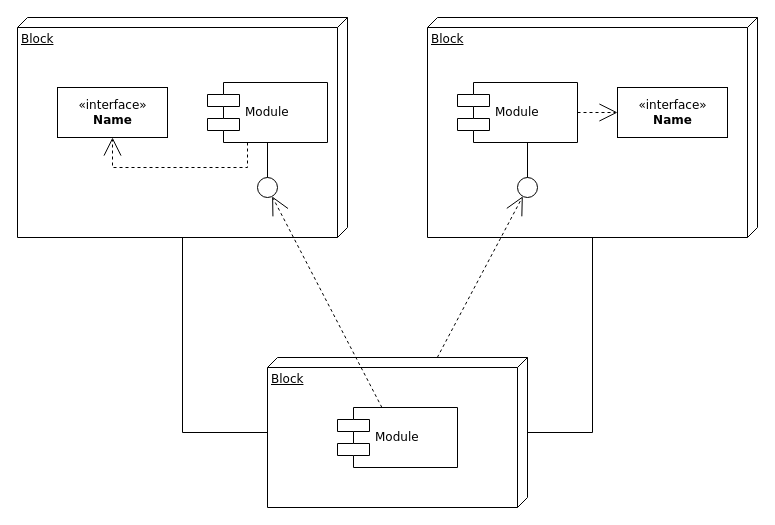
The draw.io diagram EmulatorSample.drawio in hjee02018/UML, before the edit. Source tidied: cells renumbered, new cells numbered last; positions are measured from the earlier drawing's top-left corner, leaving out a move shared by most shapes. Both pictures are drawn from the tidied source at 100%, with x=0, y=0 at pixel (17, 17).
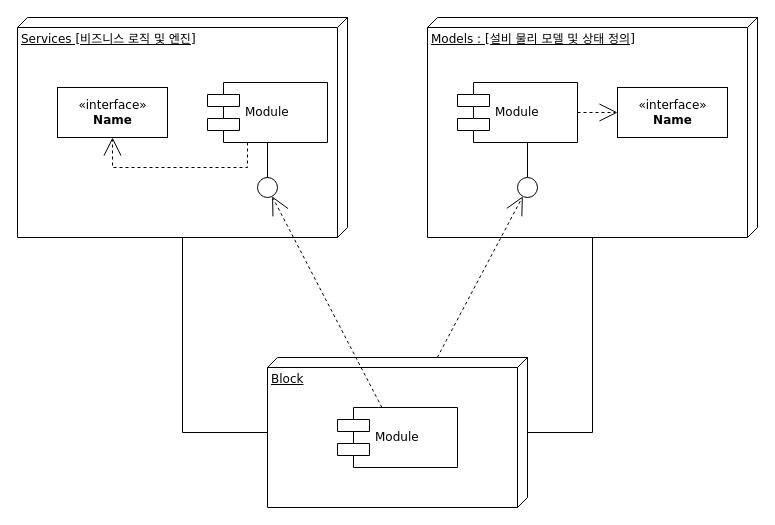
Above is the later version.

Change to the diagram source:
```diff
@@
-    <mxCell id="2" value="Block" style="verticalAlign=top;align=left;spacingTop=8;spacingLeft=2;spacingRight=12;shape=cube;size=10;direction=south;fontStyle=4;html=1;rounded=0;shadow=0;comic=0;labelBackgroundColor=none;strokeWidth=1;fontFamily=Verdana;fontSize=12;" parent="1" vertex="1">
+    <mxCell id="2" value="Services [비즈니스 로직 및 엔진]" style="verticalAlign=top;align=left;spacingTop=8;spacingLeft=2;spacingRight=12;shape=cube;size=10;direction=south;fontStyle=4;html=1;rounded=0;shadow=0;comic=0;labelBackgroundColor=none;strokeWidth=1;fontFamily=Verdana;fontSize=12;" parent="1" vertex="1">
       <mxGeometry width="330" height="220" as="geometry" />
     </mxCell>
-    <mxCell id="3" value="Block" style="verticalAlign=top;align=left;spacingTop=8;spacingLeft=2;spacingRight=12;shape=cube;size=10;direction=south;fontStyle=4;html=1;rounded=0;shadow=0;comic=0;labelBackgroundColor=none;strokeWidth=1;fontFamily=Verdana;fontSize=12;" parent="1" vertex="1">
+    <mxCell id="3" value="Models : [설비 물리 모델 및 상태 정의]" style="verticalAlign=top;align=left;spacingTop=8;spacingLeft=2;spacingRight=12;shape=cube;size=10;direction=south;fontStyle=4;html=1;rounded=0;shadow=0;comic=0;labelBackgroundColor=none;strokeWidth=1;fontFamily=Verdana;fontSize=12;" parent="1" vertex="1">
       <mxGeometry x="410" width="330" height="220" as="geometry" />
     </mxCell>
```
